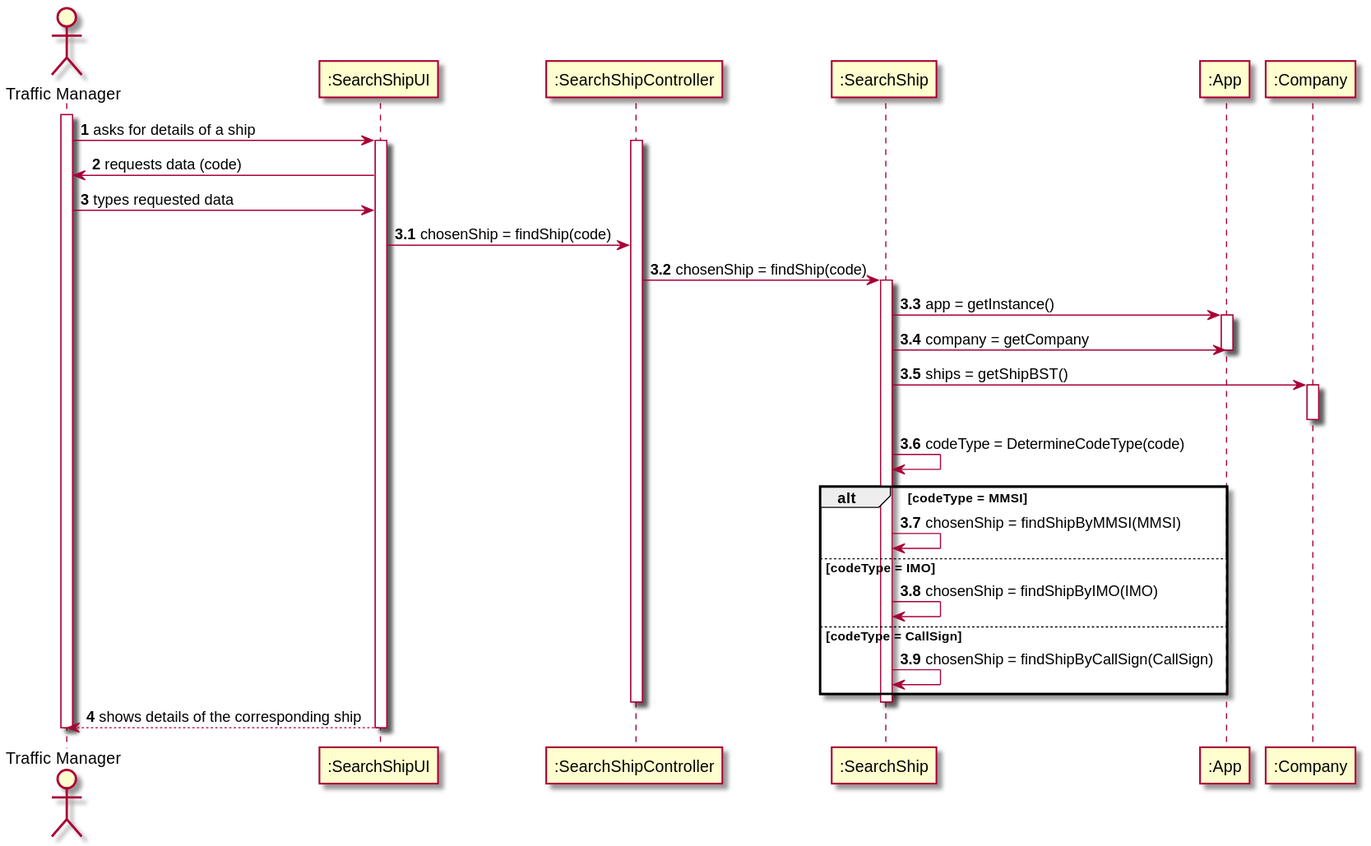
Earlier version of the PlantUML export docs/Sprint 1/US/US102/US102_SD.svg (1190772/LAB-Project-3).
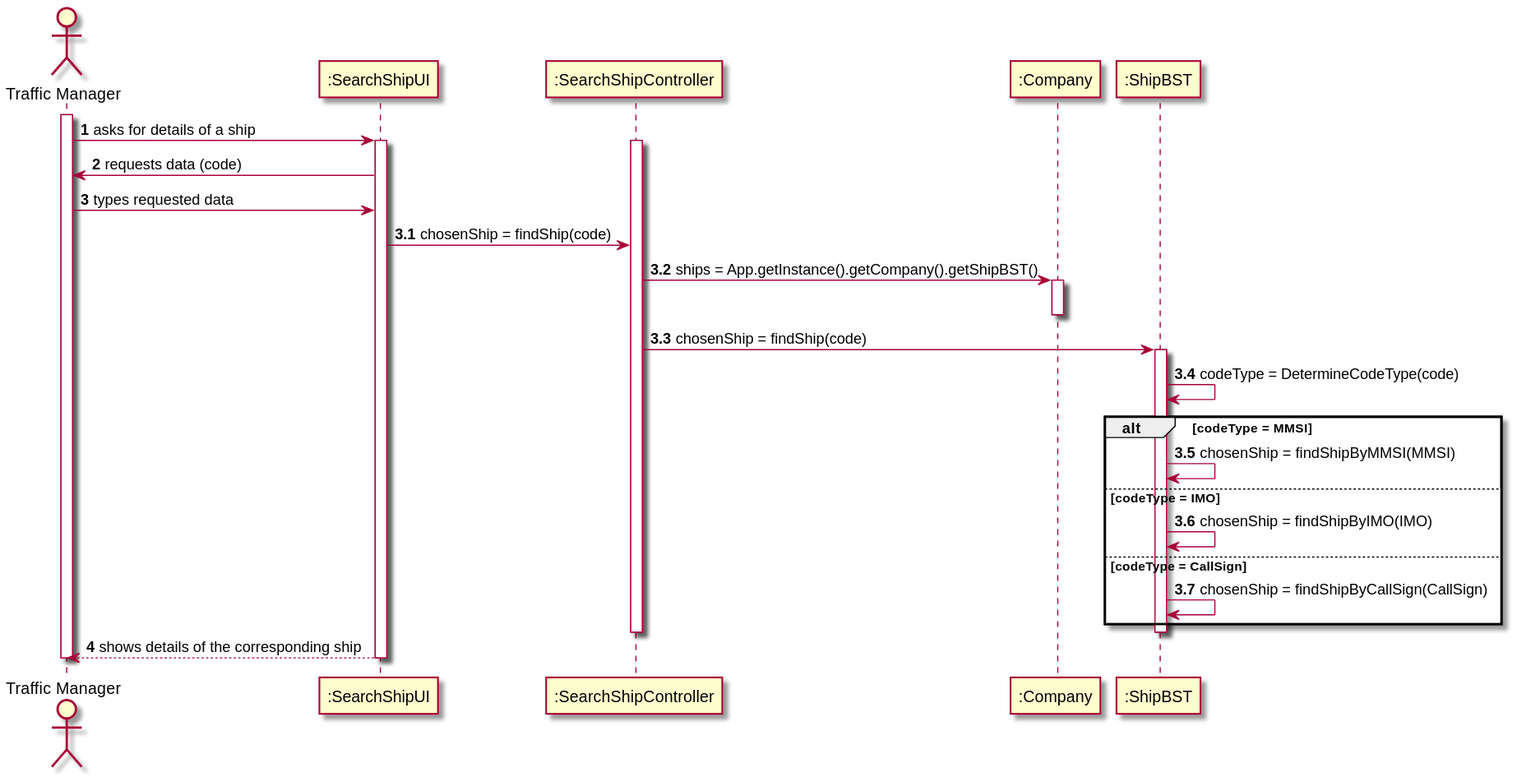
The same file after the commit.

The edit, as a diff of the source:
```diff
@@ -5,9 +5,8 @@
 
 participant ":SearchShipUI" as UI
 participant ":SearchShipController" as CTRL
-participant ":SearchShip" as SS
-participant ":App" as APP
 participant ":Company" as COMP
+participant ":ShipBST" as BST
 
 activate TM
 TM -> UI : asks for details of a ship
@@ -18,30 +17,29 @@
 TM -> UI : types requested data
 
 autonumber 3.1
+
 UI -> CTRL : chosenShip = findShip(code)
 
-CTRL -> SS : chosenShip = findShip(code)
-activate SS
-
-SS -> APP : app = getInstance()
-activate APP
-SS -> APP : company = getCompany
-deactivate APP
-SS -> COMP : ships = getShipBST()
+CTRL -> COMP : ships = App.getInstance().getCompany().getShipBST()
 activate COMP
 deactivate COMP
 
-SS -> SS : codeType = DetermineCodeType(code)
+CTRL -> BST : chosenShip = findShip(code)
+activate BST
+
+
+
+BST -> BST : codeType = DetermineCodeType(code)
 
 alt codeType = MMSI
-  SS -> SS : chosenShip = findShipByMMSI(MMSI)
+  BST -> BST : chosenShip = findShipByMMSI(MMSI)
 else codeType = IMO
-  SS -> SS : chosenShip = findShipByIMO(IMO)
+  BST -> BST : chosenShip = findShipByIMO(IMO)
 else codeType = CallSign
-  SS -> SS : chosenShip = findShipByCallSign(CallSign)
+  BST -> BST : chosenShip = findShipByCallSign(CallSign)
 end
 
-deactivate SS
+deactivate BST
 deactivate CTRL
 
 autonumber 4
```
